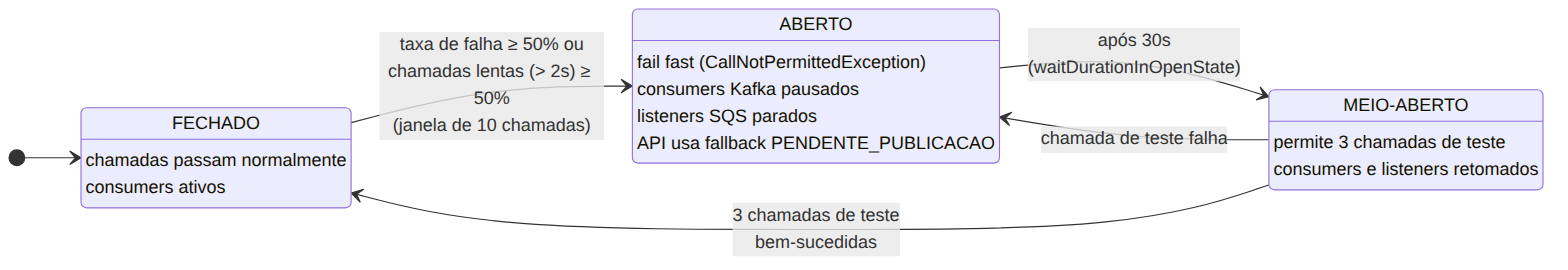
Above: docs/circuit-breaker.png in rafaelzucon/fluxo-de-credito (Mermaid), before the change. Its source is kept beside it as docs/circuit-breaker.mmd.
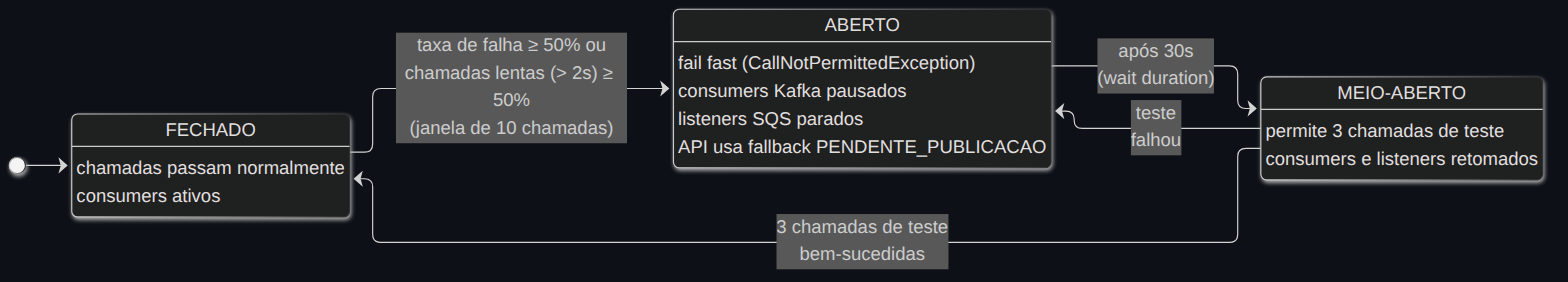
Later version of the same file.

Diff of the diagram source:
```diff
@@ -1,10 +1,11 @@
+%%{init: {"theme": "dark"}}%%
 stateDiagram-v2
     direction LR
     [*] --> FECHADO
     FECHADO --> ABERTO: taxa de falha ≥ 50% ou<br/>chamadas lentas (> 2s) ≥ 50%<br/>(janela de 10 chamadas)
-    ABERTO --> MEIO_ABERTO: após 30s<br/>(waitDurationInOpenState)
+    ABERTO --> MEIO_ABERTO: após 30s<br/>(wait duration)
     MEIO_ABERTO --> FECHADO: 3 chamadas de teste<br/>bem-sucedidas
-    MEIO_ABERTO --> ABERTO: chamada de teste falha
+    MEIO_ABERTO --> ABERTO: teste<br/>falhou
 
     FECHADO: FECHADO
     FECHADO: chamadas passam normalmente
```
